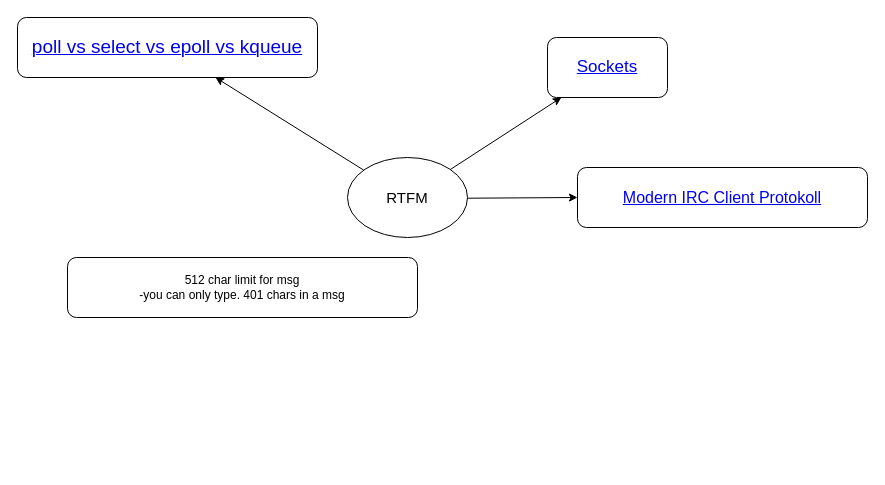
Before: notes/notes.drawio in MauriceHeinze/42_ft_irc, a draw.io diagram. Source tidied: cells renumbered, new cells numbered last; positions are measured from the earlier drawing's top-left corner, leaving out a move shared by most shapes. Both pictures are drawn from the tidied source at 100%, with x=0, y=0 at pixel (17, 17).
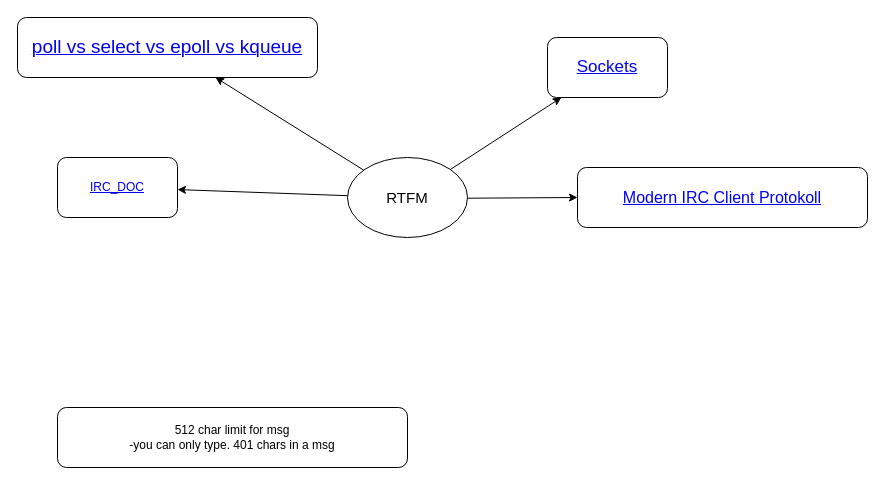
The same diagram, later.

What changed in the source:
```diff
@@
 <mxGraphModel>
   <root>
     <mxCell id="0" />
     <mxCell id="1" parent="0" />
     <mxCell id="2" value="&lt;a href=&quot;https://nima101.github.io/io_multiplexing&quot;&gt;&lt;font style=&quot;font-size: 19px;&quot;&gt;poll vs select vs epoll vs kqueue&lt;/font&gt;&lt;/a&gt;" style="rounded=1;whiteSpace=wrap;html=1;" parent="1" vertex="1">
       <mxGeometry width="300" height="60" as="geometry" />
     </mxCell>
     <mxCell id="3" value="&lt;a href=&quot;https://www.geeksforgeeks.org/socket-programming-cc/&quot;&gt;&lt;font style=&quot;font-size: 17px;&quot;&gt;Sockets&lt;/font&gt;&lt;/a&gt;" style="rounded=1;whiteSpace=wrap;html=1;" parent="1" vertex="1">
       <mxGeometry x="530" y="20" width="120" height="60" as="geometry" />
     </mxCell>
     <mxCell id="4" value="RTFM" style="ellipse;whiteSpace=wrap;html=1;fontSize=15;" parent="1" vertex="1">
       <mxGeometry x="330" y="140" width="120" height="80" as="geometry" />
     </mxCell>
     <mxCell id="5" style="endArrow=classic;html=1;fontSize=15;" parent="1" edge="1" source="4" target="2">
       <mxGeometry relative="1" as="geometry" />
     </mxCell>
     <mxCell id="6" style="endArrow=classic;html=1;fontSize=15;" parent="1" edge="1" source="4" target="3">
       <mxGeometry relative="1" as="geometry" />
     </mxCell>
     <mxCell id="7" style="endArrow=classic;html=1;fontColor=#FFFFFF;" parent="1" edge="1" source="4" target="8">
       <mxGeometry relative="1" as="geometry" />
     </mxCell>
     <mxCell id="8" value="&lt;a href=&quot;https://modern.ircdocs.horse/&quot; style=&quot;font-size: 16px;&quot;&gt;Modern IRC Client Protokoll&lt;/a&gt;" style="rounded=1;whiteSpace=wrap;html=1;fontSize=16;" parent="1" vertex="1">
       <mxGeometry x="560" y="150" width="290" height="60" as="geometry" />
     </mxCell>
     <mxCell id="9" value="512 char limit for msg&lt;br&gt;-you can only type. 401 chars in a msg" style="rounded=1;whiteSpace=wrap;html=1;" parent="1" vertex="1">
-      <mxGeometry x="50" y="240" width="350" height="60" as="geometry" />
+      <mxGeometry x="40" y="390" width="350" height="60" as="geometry" />
     </mxCell>
+    <mxCell id="10" value="&lt;a href=&quot;https://www.rfc-editor.org/rfc/rfc1459#section-4.2.3.1&quot;&gt;IRC_DOC&lt;/a&gt;" style="rounded=1;whiteSpace=wrap;html=1;" parent="1" vertex="1">
+      <mxGeometry x="40" y="140" width="120" height="60" as="geometry" />
+    </mxCell>
+    <mxCell id="11" style="endArrow=classic;html=1;" parent="1" edge="1" source="4" target="10">
+      <mxGeometry relative="1" as="geometry" />
+    </mxCell>
   </root>
 </mxGraphModel>
```
